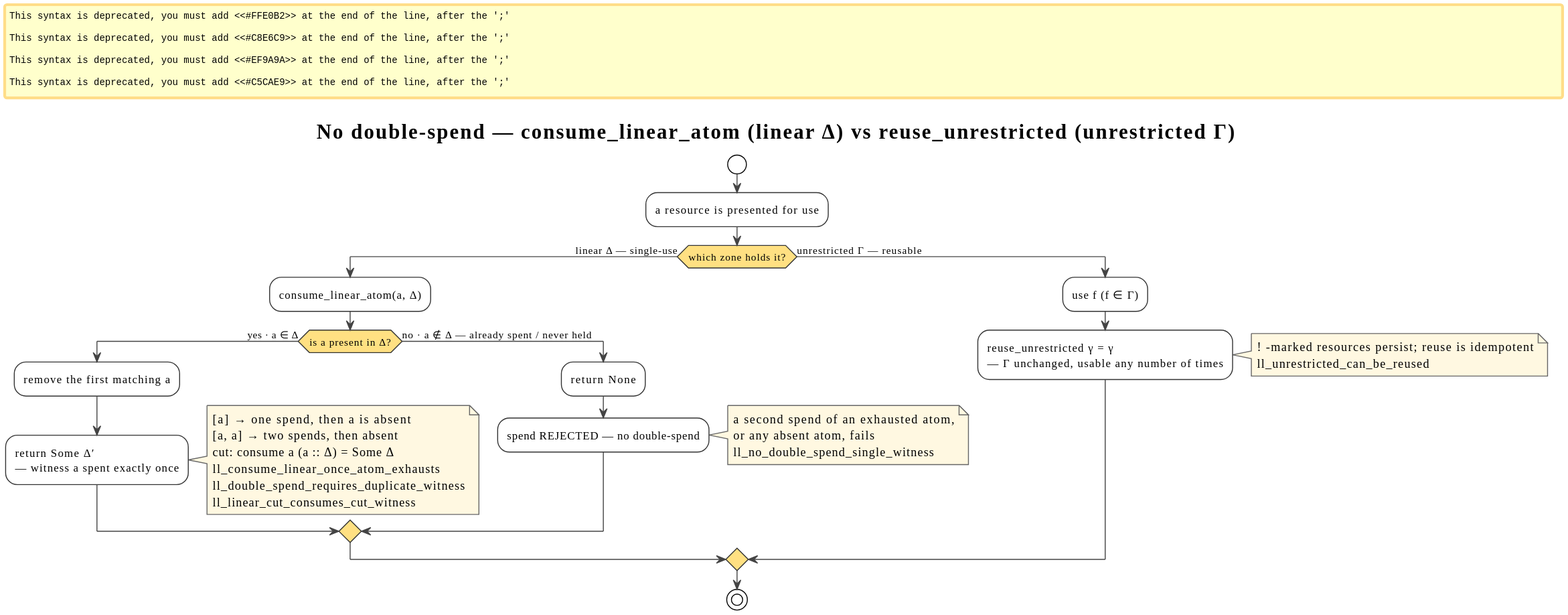
This is docs/theory/diagrams/no-double-spend-flow.svg from F1R3FLY-io/f1r3node-rust, a PlantUML export, as it was before one commit.
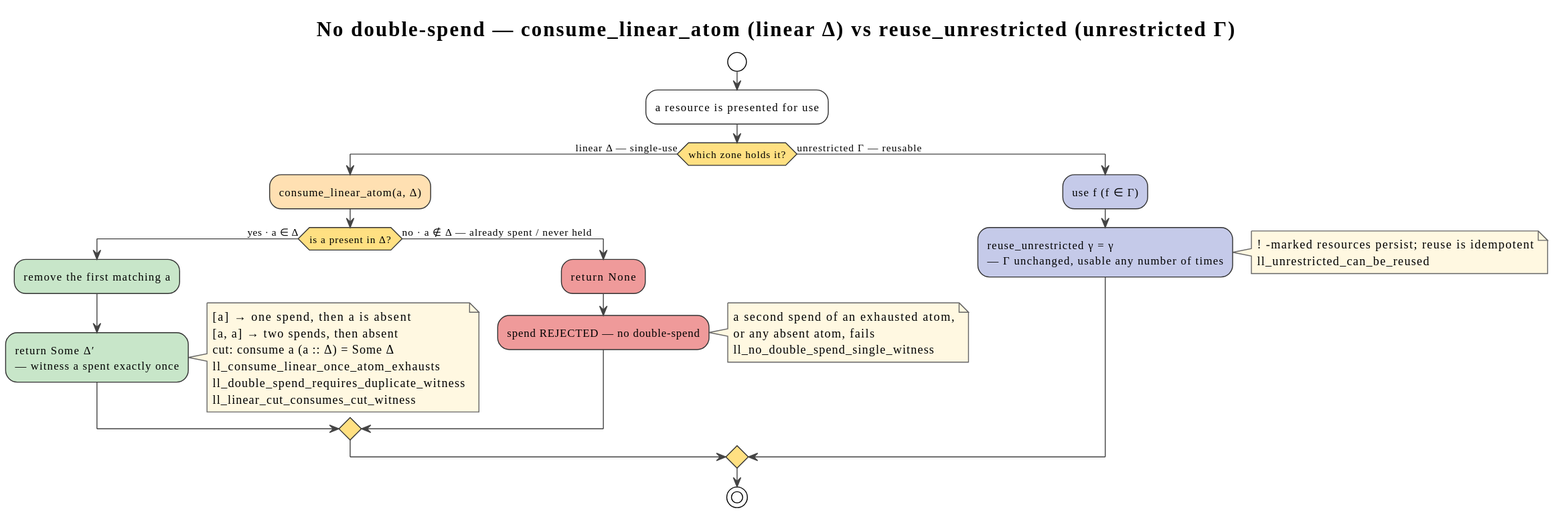
Later version of the same file.

Change to the diagram source:
```diff
@@ -13,10 +13,10 @@
 start
 :a resource is presented for use;
 if (which zone holds it?) then (linear Δ — single-use)
-  #FFE0B2:consume_linear_atom(a, Δ);
+  :consume_linear_atom(a, Δ); <<#FFE0B2>>
   if (is a present in Δ?) then (yes · a ∈ Δ)
-    #C8E6C9:remove the first matching a;
-    #C8E6C9:return Some Δ′\n— witness a spent exactly once;
+    :remove the first matching a; <<#C8E6C9>>
+    :return Some Δ′\n— witness a spent exactly once; <<#C8E6C9>>
     note right
       [a]    → one spend, then a is absent
       [a, a] → two spends, then absent
@@ -26,8 +26,8 @@
       ll_linear_cut_consumes_cut_witness
     end note
   else (no · a ∉ Δ — already spent / never held)
-    #EF9A9A:return None;
-    #EF9A9A:spend REJECTED — no double-spend;
+    :return None; <<#EF9A9A>>
+    :spend REJECTED — no double-spend; <<#EF9A9A>>
     note right
       a second spend of an exhausted atom,
       or any absent atom, fails
@@ -35,8 +35,8 @@
     end note
   endif
 else (unrestricted Γ — reusable)
-  #C5CAE9:use f   (f ∈ Γ);
-  #C5CAE9:reuse_unrestricted γ = γ\n— Γ unchanged, usable any number of times;
+  :use f   (f ∈ Γ); <<#C5CAE9>>
+  :reuse_unrestricted γ = γ\n— Γ unchanged, usable any number of times; <<#C5CAE9>>
   note right
     ! -marked resources persist; reuse is idempotent
     ll_unrestricted_can_be_reused
```
